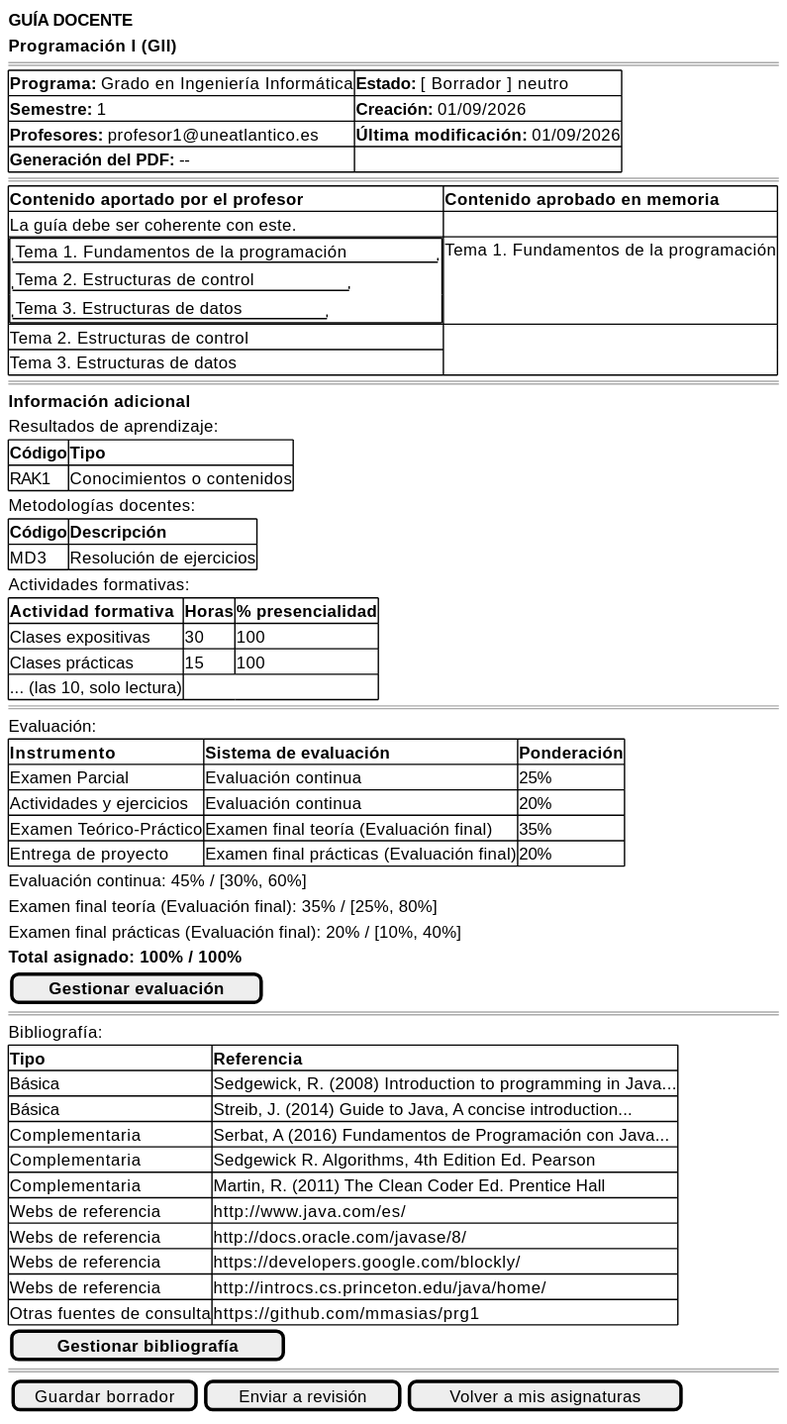
mmasias/pyCeldaPublico keeps this PlantUML diagram as images/RUP/01-requisitos/03-detalle-casos-uso/abrirGuia/wireframe-profesor.svg. Above is the earlier version.
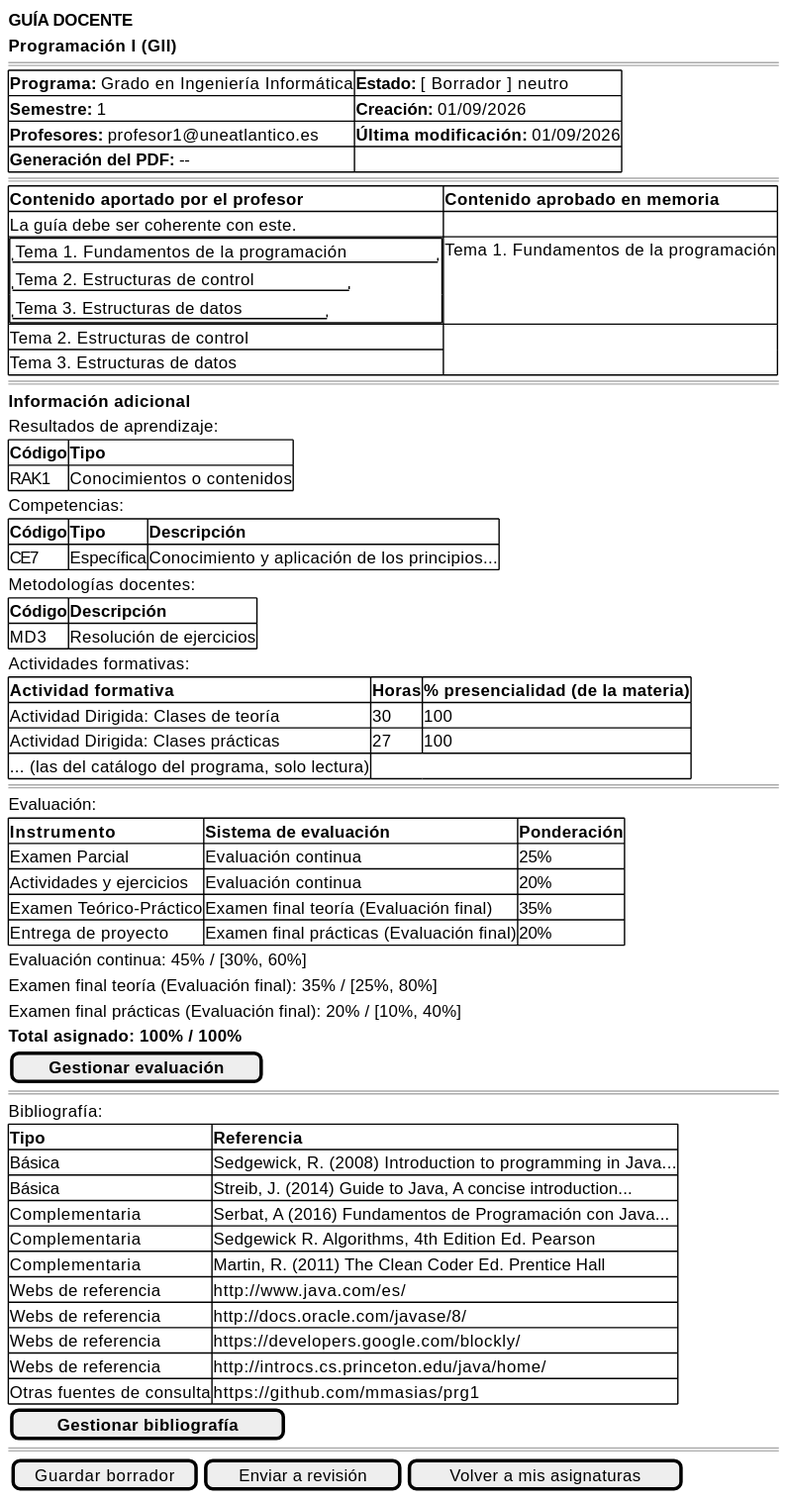
After the commit.

Change to the diagram source:
```diff
@@ -28,6 +28,11 @@
         <b>Código | <b>Tipo
         RAK1 | Conocimientos o contenidos
     }
+    Competencias:
+    {#
+        <b>Código | <b>Tipo | <b>Descripción
+        CE7 | Específica | Conocimiento y aplicación de los principios...
+    }
     Metodologías docentes:
     {#
         <b>Código | <b>Descripción
@@ -35,10 +40,10 @@
     }
     Actividades formativas:
     {#
-        <b>Actividad formativa | <b>Horas | <b>% presencialidad
-        Clases expositivas | 30 | 100
-        Clases prácticas | 15 | 100
-        ... (las 10, solo lectura) | |
+        <b>Actividad formativa | <b>Horas | <b>% presencialidad (de la materia)
+        Actividad Dirigida: Clases de teoría | 30 | 100
+        Actividad Dirigida: Clases prácticas | 27 | 100
+        ... (las del catálogo del programa, solo lectura) | |
     }
     ====
     Evaluación:
```
